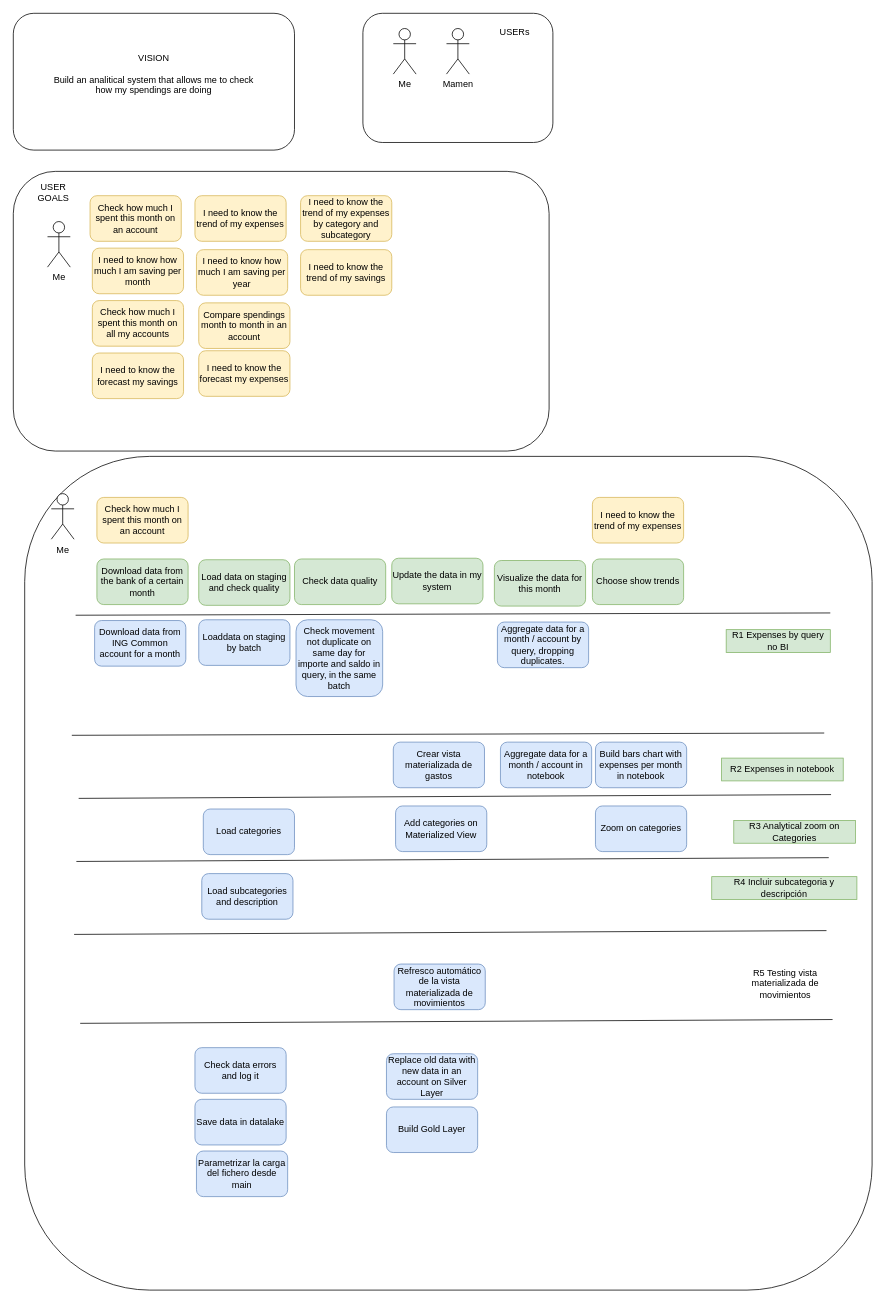
Before: page "User Story Mapping" (1 of 7) of diagrams/diagrams.dio in cperezh/DataEng_Patterns, a draw.io diagram. Source tidied: cells renumbered, new cells numbered last; positions are measured from the earlier drawing's top-left corner, leaving out a move shared by most shapes. Both pictures are drawn from the tidied source at 76%, with x=0, y=0 at pixel (13, 13).
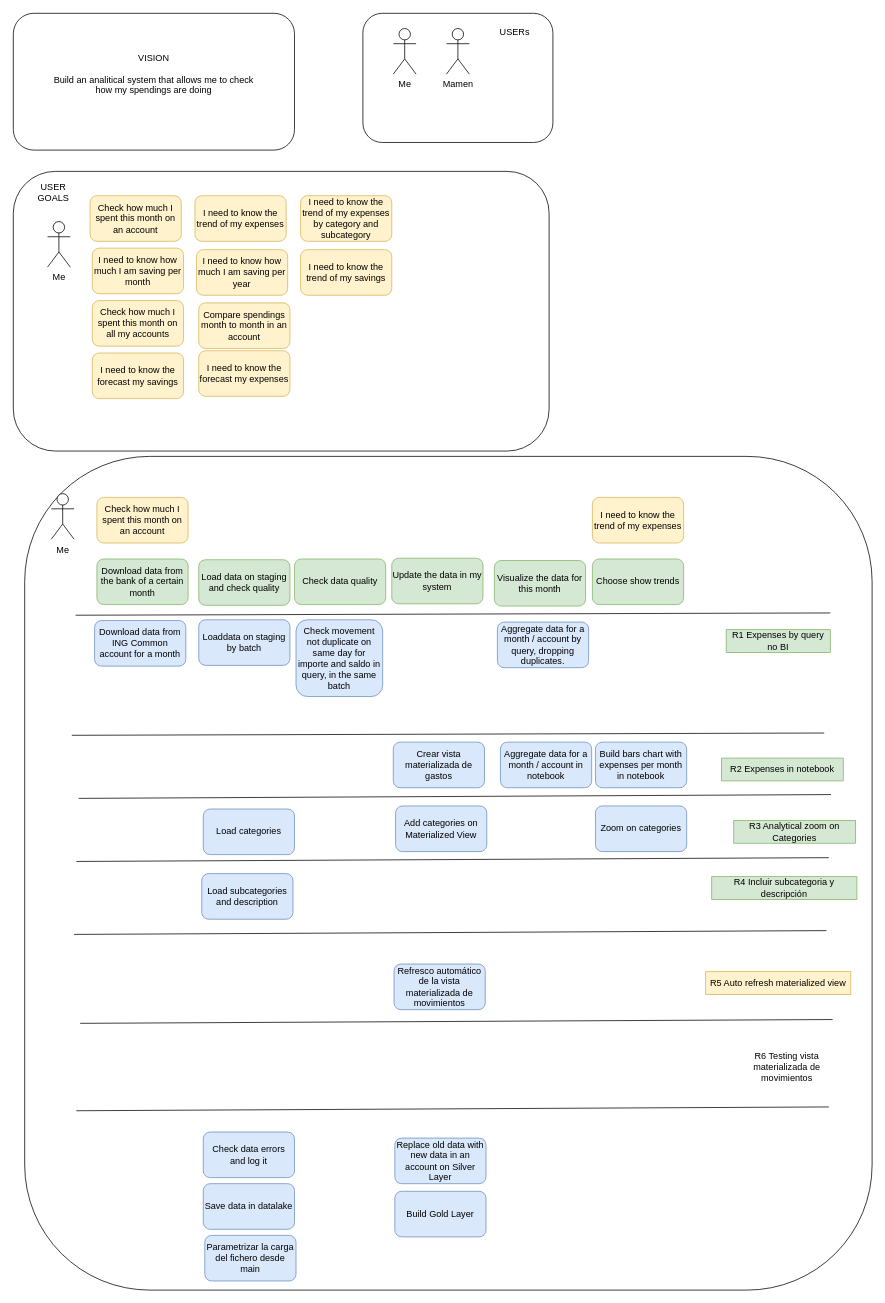
Above is the later version.

What changed in the source:
```diff
@@
     <mxCell id="29" value="Replace old data with new data in an account on Silver Layer" style="rounded=1;whiteSpace=wrap;html=1;strokeColor=#6c8ebf;align=center;verticalAlign=middle;fontFamily=Helvetica;fontSize=12;fillColor=#dae8fc;" parent="1" vertex="1">
-      <mxGeometry x="491" y="1369" width="120" height="60" as="geometry" />
+      <mxGeometry x="502" y="1480" width="120" height="60" as="geometry" />
     </mxCell>
@@
-    <mxCell id="36" value="R5 Testing vista materializada de movimientos" style="text;html=1;align=center;verticalAlign=middle;whiteSpace=wrap;rounded=0;" parent="1" vertex="1">
-      <mxGeometry x="936" y="1262" width="160" height="30" as="geometry" />
+    <mxCell id="36" value="R6 Testing vista materializada de movimientos" style="text;html=1;align=center;verticalAlign=middle;whiteSpace=wrap;rounded=0;fontFamily=Helvetica;fontSize=12;fontColor=default;" parent="1" vertex="1">
+      <mxGeometry x="938" y="1352" width="160" height="70" as="geometry" />
     </mxCell>
     <mxCell id="37" value="Save data in datalake" style="rounded=1;whiteSpace=wrap;html=1;strokeColor=#6c8ebf;align=center;verticalAlign=middle;fontFamily=Helvetica;fontSize=12;fillColor=#dae8fc;" parent="1" vertex="1">
-      <mxGeometry x="239" y="1429" width="120" height="60" as="geometry" />
+      <mxGeometry x="250" y="1540" width="120" height="60" as="geometry" />
     </mxCell>
     <mxCell id="38" value="Build Gold Layer" style="rounded=1;whiteSpace=wrap;html=1;strokeColor=#6c8ebf;align=center;verticalAlign=middle;fontFamily=Helvetica;fontSize=12;fillColor=#dae8fc;" parent="1" vertex="1">
-      <mxGeometry x="491" y="1439" width="120" height="60" as="geometry" />
+      <mxGeometry x="502" y="1550" width="120" height="60" as="geometry" />
     </mxCell>
@@
     <mxCell id="45" value="Check data errors and log it" style="rounded=1;whiteSpace=wrap;html=1;strokeColor=#6c8ebf;align=center;verticalAlign=middle;fontFamily=Helvetica;fontSize=12;fillColor=#dae8fc;" parent="1" vertex="1">
-      <mxGeometry x="239" y="1361" width="120" height="60" as="geometry" />
+      <mxGeometry x="250" y="1472" width="120" height="60" as="geometry" />
     </mxCell>
     <mxCell id="46" value="Parametrizar la carga del fichero desde main" style="rounded=1;whiteSpace=wrap;html=1;strokeColor=#6c8ebf;align=center;verticalAlign=middle;fontFamily=Helvetica;fontSize=12;fillColor=#dae8fc;" parent="1" vertex="1">
-      <mxGeometry x="241" y="1497" width="120" height="60" as="geometry" />
+      <mxGeometry x="252" y="1608" width="120" height="60" as="geometry" />
     </mxCell>
@@
-    <mxCell id="54" style="endArrow=none;html=1;" parent="1" edge="1">
+    <mxCell id="54" style="endArrow=none;html=1;rounded=1;strokeColor=default;align=center;verticalAlign=middle;fontFamily=Helvetica;fontSize=11;fontColor=default;labelBackgroundColor=default;" parent="1" edge="1">
       <mxGeometry relative="1" as="geometry">
         <mxPoint x="88" y="1329" as="sourcePoint" />
         <mxPoint x="1078" y="1324" as="targetPoint" />
       </mxGeometry>
     </mxCell>
@@
+    <mxCell id="59" style="endArrow=none;html=1;rounded=1;strokeColor=default;align=center;verticalAlign=middle;fontFamily=Helvetica;fontSize=11;fontColor=default;labelBackgroundColor=default;" parent="1" edge="1">
+      <mxGeometry relative="1" as="geometry">
+        <mxPoint x="83" y="1444" as="sourcePoint" />
+        <mxPoint x="1073" y="1439" as="targetPoint" />
+      </mxGeometry>
+    </mxCell>
+    <mxCell id="60" value="R5 Auto refresh materialized view" style="text;html=1;align=center;verticalAlign=middle;whiteSpace=wrap;rounded=0;fillColor=#fff2cc;strokeColor=#d6b656;" parent="1" vertex="1">
+      <mxGeometry x="911" y="1261" width="191" height="30" as="geometry" />
+    </mxCell>
```
